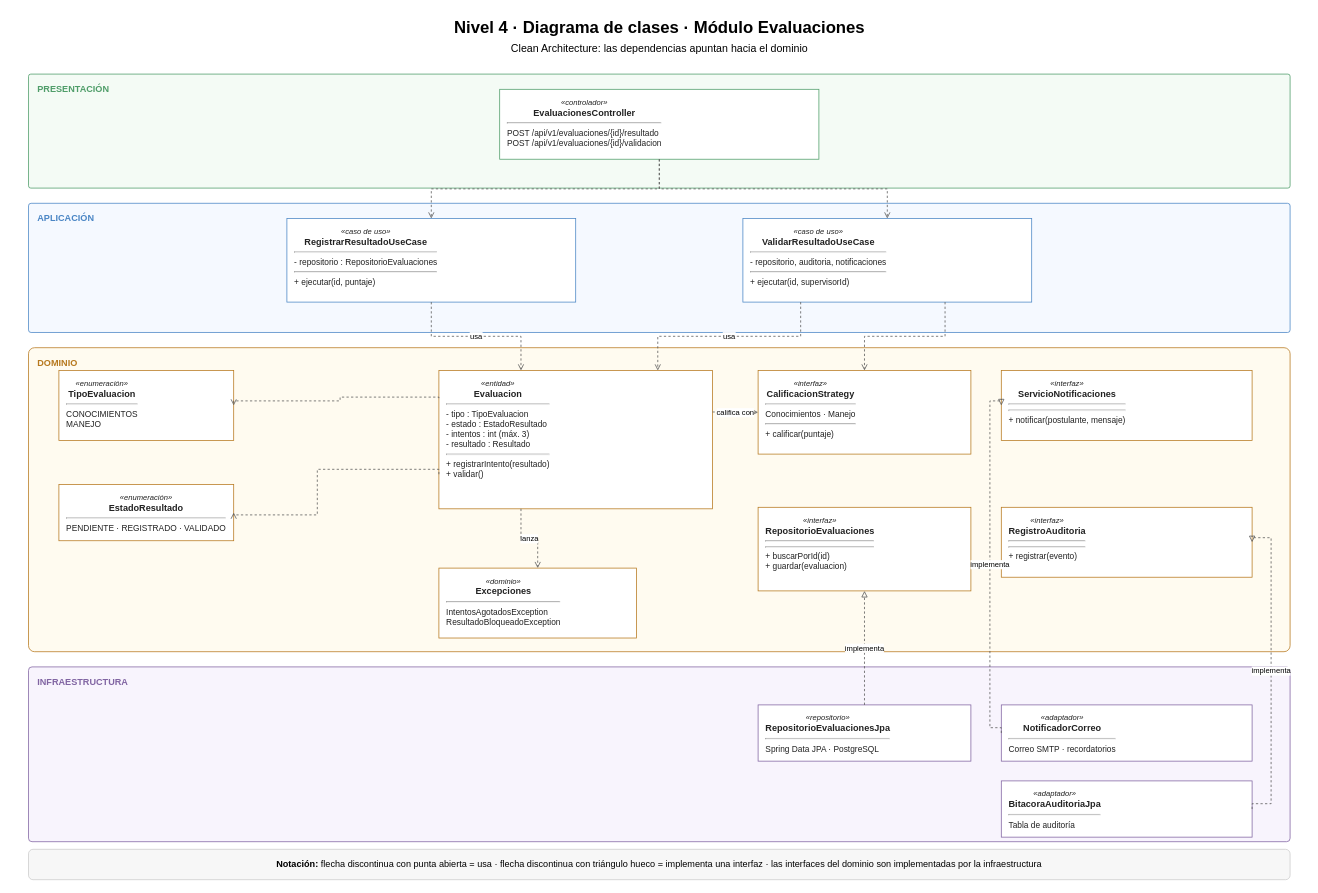
Earlier version of the draw.io diagram img/fuentes/nivel4-clases.drawio (AdirNC-27/sistema-licencias-conducir-arquitectura). Source tidied: cells renumbered, new cells numbered last; positions are measured from the earlier drawing's top-left corner, leaving out a move shared by most shapes. Both pictures are drawn from the tidied source at 76%, with x=0, y=0 at pixel (13, 13).
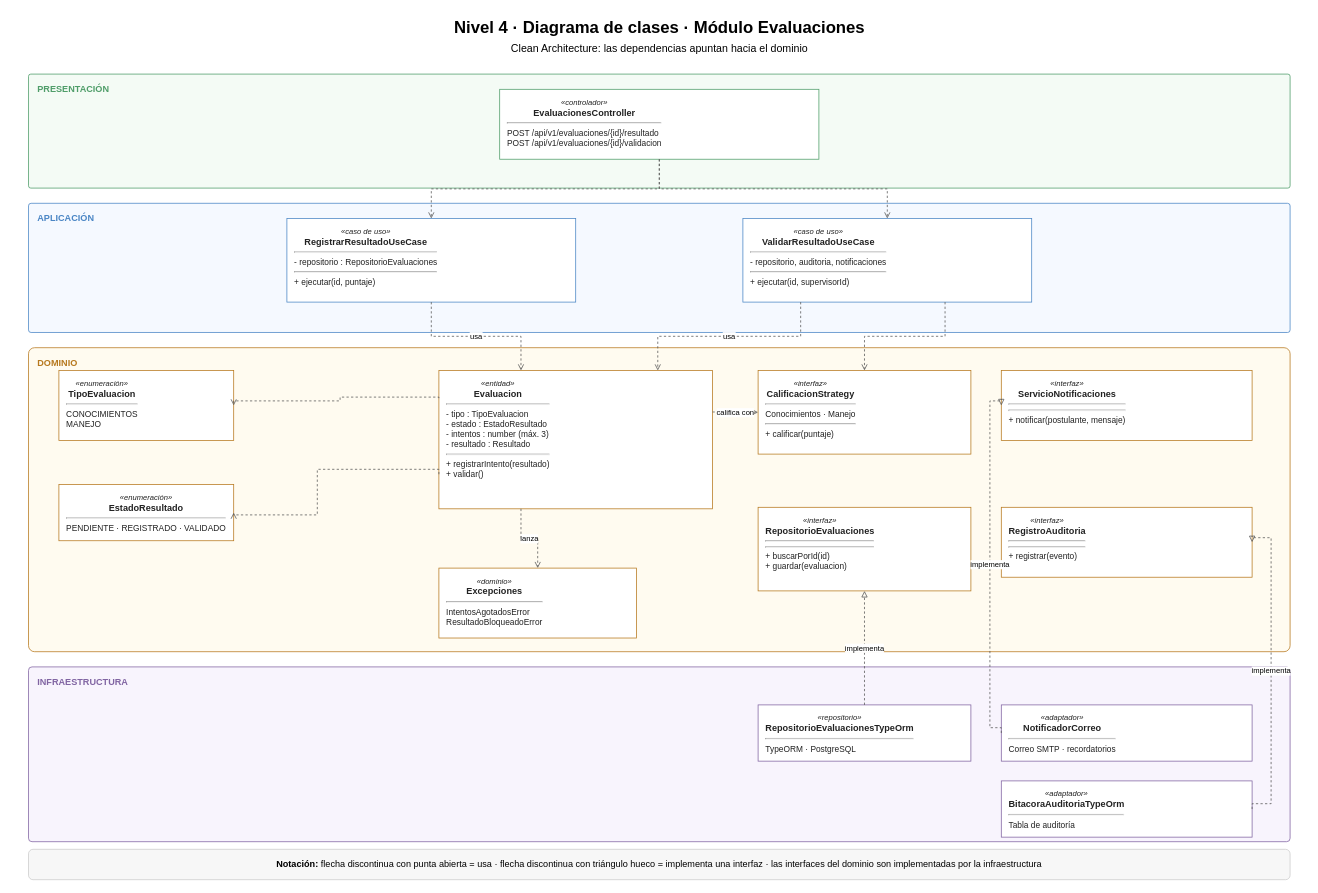
The same diagram, later.

Diff of the diagram source:
```diff
@@
-    <mxCell id="15" value="&lt;div style='text-align:center'&gt;&lt;i style='font-size:10px'&gt;«entidad»&lt;/i&gt;&lt;br&gt;&lt;b style='font-size:12px'&gt;Evaluacion&lt;/b&gt;&lt;/div&gt;&lt;hr&gt;- tipo : TipoEvaluacion&lt;br&gt;- estado : EstadoResultado&lt;br&gt;- intentos : int  (máx. 3)&lt;br&gt;- resultado : Resultado&lt;hr&gt;+ registrarIntento(resultado)&lt;br&gt;+ validar()" style="rounded=0;whiteSpace=wrap;html=1;align=left;verticalAlign=top;spacingLeft=8;spacingTop=4;fontSize=11;fontFamily=Helvetica;fillColor=#FFFFFF;strokeColor=#B7791F;fontColor=#222222;" parent="1" vertex="1">
+    <mxCell id="15" value="&lt;div style='text-align:center'&gt;&lt;i style='font-size:10px'&gt;«entidad»&lt;/i&gt;&lt;br&gt;&lt;b style='font-size:12px'&gt;Evaluacion&lt;/b&gt;&lt;/div&gt;&lt;hr&gt;- tipo : TipoEvaluacion&lt;br&gt;- estado : EstadoResultado&lt;br&gt;- intentos : number  (máx. 3)&lt;br&gt;- resultado : Resultado&lt;hr&gt;+ registrarIntento(resultado)&lt;br&gt;+ validar()" style="rounded=0;whiteSpace=wrap;html=1;align=left;verticalAlign=top;spacingLeft=8;spacingTop=4;fontSize=11;fontFamily=Helvetica;fillColor=#FFFFFF;strokeColor=#B7791F;fontColor=#222222;" parent="1" vertex="1">
       <mxGeometry x="560" y="470" width="360" height="182" as="geometry" />
     </mxCell>
@@
-    <mxCell id="18" value="&lt;div style='text-align:center'&gt;&lt;i style='font-size:10px'&gt;«dominio»&lt;/i&gt;&lt;br&gt;&lt;b style='font-size:12px'&gt;Excepciones&lt;/b&gt;&lt;/div&gt;&lt;hr&gt;IntentosAgotadosException&lt;br&gt;ResultadoBloqueadoException" style="rounded=0;whiteSpace=wrap;html=1;align=left;verticalAlign=top;spacingLeft=8;spacingTop=4;fontSize=11;fontFamily=Helvetica;fillColor=#FFFFFF;strokeColor=#B7791F;fontColor=#222222;" parent="1" vertex="1">
+    <mxCell id="18" value="&lt;div style='text-align:center'&gt;&lt;i style='font-size:10px'&gt;«dominio»&lt;/i&gt;&lt;br&gt;&lt;b style='font-size:12px'&gt;Excepciones&lt;/b&gt;&lt;/div&gt;&lt;hr&gt;IntentosAgotadosError&lt;br&gt;ResultadoBloqueadoError" style="rounded=0;whiteSpace=wrap;html=1;align=left;verticalAlign=top;spacingLeft=8;spacingTop=4;fontSize=11;fontFamily=Helvetica;fillColor=#FFFFFF;strokeColor=#B7791F;fontColor=#222222;" parent="1" vertex="1">
       <mxGeometry x="560" y="730" width="260" height="92" as="geometry" />
     </mxCell>
@@
-    <mxCell id="23" value="&lt;div style='text-align:center'&gt;&lt;i style='font-size:10px'&gt;«repositorio»&lt;/i&gt;&lt;br&gt;&lt;b style='font-size:12px'&gt;RepositorioEvaluacionesJpa&lt;/b&gt;&lt;/div&gt;&lt;hr&gt;Spring Data JPA · PostgreSQL" style="rounded=0;whiteSpace=wrap;html=1;align=left;verticalAlign=top;spacingLeft=8;spacingTop=4;fontSize=11;fontFamily=Helvetica;fillColor=#FFFFFF;strokeColor=#8064A2;fontColor=#222222;" parent="1" vertex="1">
+    <mxCell id="23" value="&lt;div style='text-align:center'&gt;&lt;i style='font-size:10px'&gt;«repositorio»&lt;/i&gt;&lt;br&gt;&lt;b style='font-size:12px'&gt;RepositorioEvaluacionesTypeOrm&lt;/b&gt;&lt;/div&gt;&lt;hr&gt;TypeORM · PostgreSQL" style="rounded=0;whiteSpace=wrap;html=1;align=left;verticalAlign=top;spacingLeft=8;spacingTop=4;fontSize=11;fontFamily=Helvetica;fillColor=#FFFFFF;strokeColor=#8064A2;fontColor=#222222;" parent="1" vertex="1">
       <mxGeometry x="980" y="910" width="280" height="74" as="geometry" />
     </mxCell>
@@
-    <mxCell id="25" value="&lt;div style='text-align:center'&gt;&lt;i style='font-size:10px'&gt;«adaptador»&lt;/i&gt;&lt;br&gt;&lt;b style='font-size:12px'&gt;BitacoraAuditoriaJpa&lt;/b&gt;&lt;/div&gt;&lt;hr&gt;Tabla de auditoría" style="rounded=0;whiteSpace=wrap;html=1;align=left;verticalAlign=top;spacingLeft=8;spacingTop=4;fontSize=11;fontFamily=Helvetica;fillColor=#FFFFFF;strokeColor=#8064A2;fontColor=#222222;" parent="1" vertex="1">
+    <mxCell id="25" value="&lt;div style='text-align:center'&gt;&lt;i style='font-size:10px'&gt;«adaptador»&lt;/i&gt;&lt;br&gt;&lt;b style='font-size:12px'&gt;BitacoraAuditoriaTypeOrm&lt;/b&gt;&lt;/div&gt;&lt;hr&gt;Tabla de auditoría" style="rounded=0;whiteSpace=wrap;html=1;align=left;verticalAlign=top;spacingLeft=8;spacingTop=4;fontSize=11;fontFamily=Helvetica;fillColor=#FFFFFF;strokeColor=#8064A2;fontColor=#222222;" parent="1" vertex="1">
       <mxGeometry x="1300" y="1010" width="330" height="74" as="geometry" />
     </mxCell>
```
